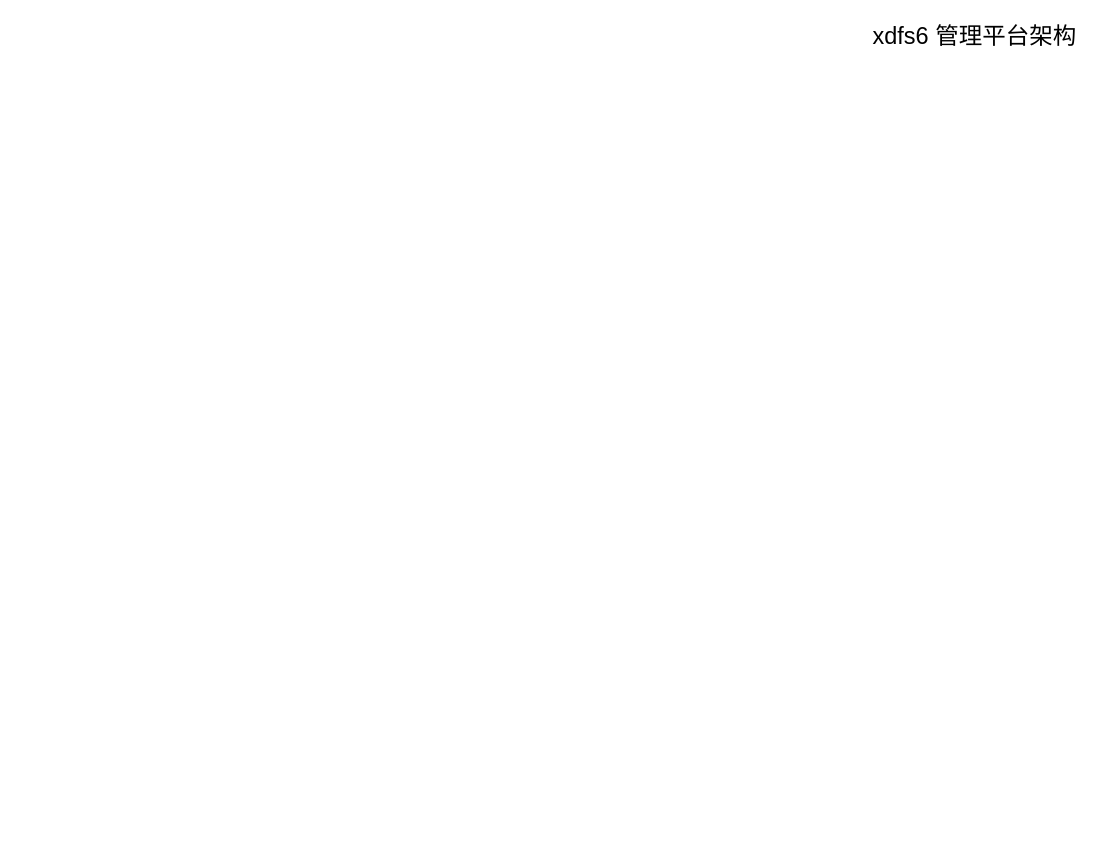
yihezhou/diagrams keeps this draw.io diagram as 未命名绘图.drawio. Above is the earlier version. Source tidied: cells renumbered, new cells numbered last; positions are measured from the earlier drawing's top-left corner, leaving out a move shared by most shapes. Both pictures are drawn from the tidied source at 94%, with x=0, y=0 at pixel (861, 16).
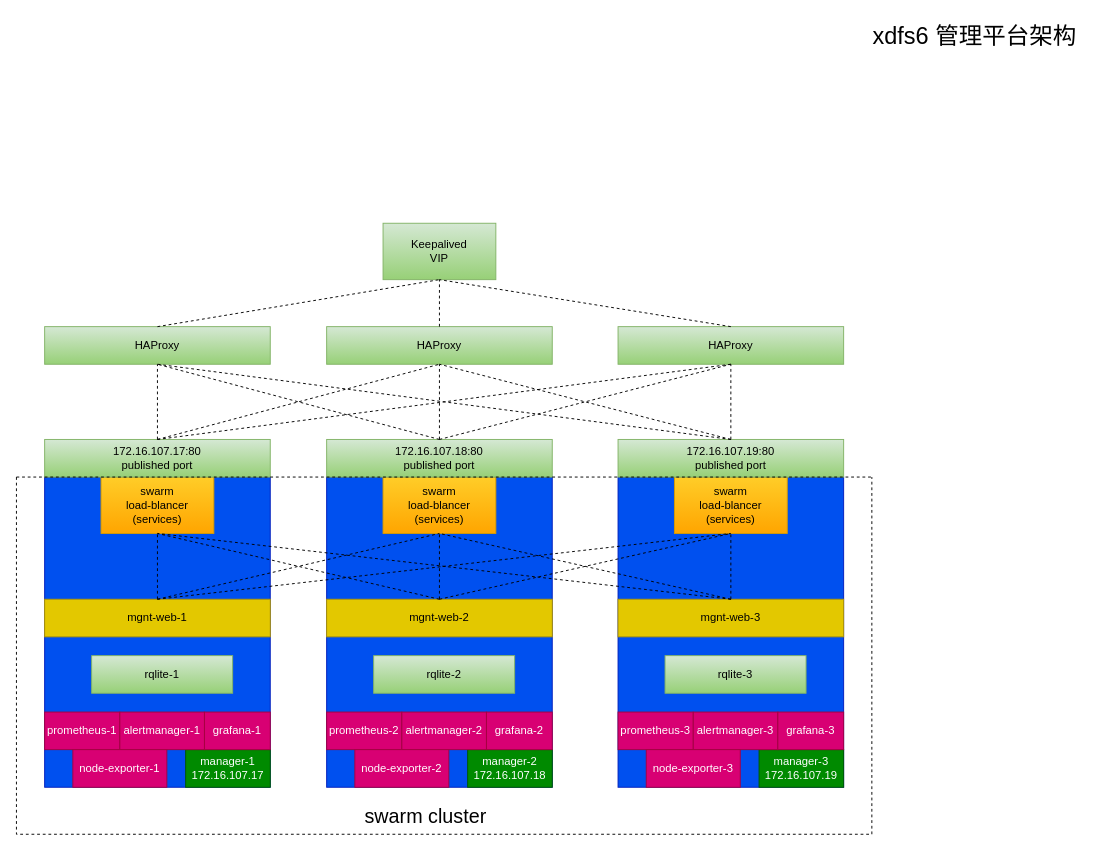
The same page after the edit.

Change to the diagram source:
```diff
@@
+    <mxCell id="3" style="rounded=0;whiteSpace=wrap;html=1;fillColor=#0050ef;fontColor=#ffffff;strokeColor=#001DBC;" parent="1" vertex="1">
+      <mxGeometry x="-869" y="490" width="240" height="330" as="geometry" />
+    </mxCell>
+    <mxCell id="4" value="manager-1&lt;br&gt;172.16.107.17" style="rounded=0;whiteSpace=wrap;html=1;fillColor=#008a00;fontColor=#ffffff;strokeColor=#005700;" parent="1" vertex="1">
+      <mxGeometry x="-719" y="780" width="90" height="40" as="geometry" />
+    </mxCell>
+    <mxCell id="5" value="rqlite-1" style="rounded=0;whiteSpace=wrap;html=1;fillColor=#d5e8d4;strokeColor=#82b366;gradientColor=#97d077;" parent="1" vertex="1">
+      <mxGeometry x="-819" y="680" width="150" height="40" as="geometry" />
+    </mxCell>
+    <mxCell id="6" value="mgnt-web-1" style="rounded=0;whiteSpace=wrap;html=1;fillColor=#e3c800;fontColor=#000000;strokeColor=#B09500;" parent="1" vertex="1">
+      <mxGeometry x="-869" y="620" width="240" height="40" as="geometry" />
+    </mxCell>
+    <mxCell id="7" value="prometheus-1" style="rounded=0;whiteSpace=wrap;html=1;fillColor=#d80073;fontColor=#ffffff;strokeColor=#A50040;" parent="1" vertex="1">
+      <mxGeometry x="-869" y="740" width="80" height="40" as="geometry" />
+    </mxCell>
+    <mxCell id="8" value="alertmanager-1" style="rounded=0;whiteSpace=wrap;html=1;fillColor=#d80073;fontColor=#ffffff;strokeColor=#A50040;" parent="1" vertex="1">
+      <mxGeometry x="-789" y="740" width="90" height="40" as="geometry" />
+    </mxCell>
+    <mxCell id="9" value="grafana-1" style="rounded=0;whiteSpace=wrap;html=1;fillColor=#d80073;fontColor=#ffffff;strokeColor=#A50040;" parent="1" vertex="1">
+      <mxGeometry x="-699" y="740" width="70" height="40" as="geometry" />
+    </mxCell>
+    <mxCell id="10" style="rounded=0;whiteSpace=wrap;html=1;fillColor=#0050ef;fontColor=#ffffff;strokeColor=#001DBC;" parent="1" vertex="1">
+      <mxGeometry x="-569" y="490" width="240" height="330" as="geometry" />
+    </mxCell>
+    <mxCell id="11" value="manager-2&lt;br&gt;172.16.107.18" style="rounded=0;whiteSpace=wrap;html=1;fillColor=#008a00;fontColor=#ffffff;strokeColor=#005700;" parent="1" vertex="1">
+      <mxGeometry x="-419" y="780" width="90" height="40" as="geometry" />
+    </mxCell>
+    <mxCell id="12" value="rqlite-2" style="rounded=0;whiteSpace=wrap;html=1;fillColor=#d5e8d4;strokeColor=#82b366;gradientColor=#97d077;" parent="1" vertex="1">
+      <mxGeometry x="-519" y="680" width="150" height="40" as="geometry" />
+    </mxCell>
+    <mxCell id="13" value="mgnt-web-2" style="rounded=0;whiteSpace=wrap;html=1;fillColor=#e3c800;fontColor=#000000;strokeColor=#B09500;" parent="1" vertex="1">
+      <mxGeometry x="-569" y="620" width="240" height="40" as="geometry" />
+    </mxCell>
+    <mxCell id="14" value="prometheus-2" style="rounded=0;whiteSpace=wrap;html=1;fillColor=#d80073;fontColor=#ffffff;strokeColor=#A50040;" parent="1" vertex="1">
+      <mxGeometry x="-569" y="740" width="80" height="40" as="geometry" />
+    </mxCell>
+    <mxCell id="15" value="alertmanager-2" style="rounded=0;whiteSpace=wrap;html=1;fillColor=#d80073;fontColor=#ffffff;strokeColor=#A50040;" parent="1" vertex="1">
+      <mxGeometry x="-489" y="740" width="90" height="40" as="geometry" />
+    </mxCell>
+    <mxCell id="16" value="grafana-2" style="rounded=0;whiteSpace=wrap;html=1;fillColor=#d80073;fontColor=#ffffff;strokeColor=#A50040;" parent="1" vertex="1">
+      <mxGeometry x="-399" y="740" width="70" height="40" as="geometry" />
+    </mxCell>
+    <mxCell id="17" style="rounded=0;whiteSpace=wrap;html=1;fillColor=#0050ef;fontColor=#ffffff;strokeColor=#001DBC;" parent="1" vertex="1">
+      <mxGeometry x="-259" y="490" width="240" height="330" as="geometry" />
+    </mxCell>
+    <mxCell id="18" value="manager-3&lt;br&gt;172.16.107.19" style="rounded=0;whiteSpace=wrap;html=1;fillColor=#008a00;fontColor=#ffffff;strokeColor=#005700;" parent="1" vertex="1">
+      <mxGeometry x="-109" y="780" width="90" height="40" as="geometry" />
+    </mxCell>
+    <mxCell id="19" value="rqlite-3" style="rounded=0;whiteSpace=wrap;html=1;fillColor=#d5e8d4;strokeColor=#82b366;gradientColor=#97d077;" parent="1" vertex="1">
+      <mxGeometry x="-209" y="680" width="150" height="40" as="geometry" />
+    </mxCell>
+    <mxCell id="20" value="mgnt-web-3" style="rounded=0;whiteSpace=wrap;html=1;fillColor=#e3c800;fontColor=#000000;strokeColor=#B09500;" parent="1" vertex="1">
+      <mxGeometry x="-259" y="620" width="240" height="40" as="geometry" />
+    </mxCell>
+    <mxCell id="21" value="prometheus-3" style="rounded=0;whiteSpace=wrap;html=1;fillColor=#d80073;fontColor=#ffffff;strokeColor=#A50040;" parent="1" vertex="1">
+      <mxGeometry x="-259" y="740" width="80" height="40" as="geometry" />
+    </mxCell>
+    <mxCell id="22" value="alertmanager-3" style="rounded=0;whiteSpace=wrap;html=1;fillColor=#d80073;fontColor=#ffffff;strokeColor=#A50040;" parent="1" vertex="1">
+      <mxGeometry x="-179" y="740" width="90" height="40" as="geometry" />
+    </mxCell>
+    <mxCell id="23" value="grafana-3" style="rounded=0;whiteSpace=wrap;html=1;fillColor=#d80073;fontColor=#ffffff;strokeColor=#A50040;" parent="1" vertex="1">
+      <mxGeometry x="-89" y="740" width="70" height="40" as="geometry" />
+    </mxCell>
+    <mxCell id="24" value="swarm&lt;br&gt;load-blancer&lt;br&gt;(services)" style="rounded=0;whiteSpace=wrap;html=1;fillColor=#ffcd28;gradientColor=#ffa500;strokeColor=#d79b00;" parent="1" vertex="1">
+      <mxGeometry x="-809" y="490" width="120" height="60" as="geometry" />
+    </mxCell>
+    <mxCell id="25" value="swarm&lt;br&gt;load-blancer&lt;br&gt;(services)" style="rounded=0;whiteSpace=wrap;html=1;fillColor=#ffcd28;gradientColor=#ffa500;strokeColor=#d79b00;" parent="1" vertex="1">
+      <mxGeometry x="-509" y="490" width="120" height="60" as="geometry" />
+    </mxCell>
+    <mxCell id="26" value="swarm&lt;br&gt;load-blancer&lt;br&gt;(services)" style="rounded=0;whiteSpace=wrap;html=1;fillColor=#ffcd28;gradientColor=#ffa500;strokeColor=#d79b00;" parent="1" vertex="1">
+      <mxGeometry x="-199" y="490" width="120" height="60" as="geometry" />
+    </mxCell>
+    <mxCell id="27" style="endArrow=none;dashed=1;html=1;rounded=0;exitX=0.5;exitY=0;exitDx=0;exitDy=0;" parent="1" edge="1" source="6">
+      <mxGeometry relative="1" as="geometry">
+        <mxPoint x="-749" y="550" as="targetPoint" />
+      </mxGeometry>
+    </mxCell>
+    <mxCell id="28" style="endArrow=none;dashed=1;html=1;rounded=0;exitX=0.5;exitY=0.394;exitDx=0;exitDy=0;exitPerimeter=0;entryX=0.5;entryY=1;entryDx=0;entryDy=0;" parent="1" edge="1" source="10" target="24">
+      <mxGeometry relative="1" as="geometry" />
+    </mxCell>
+    <mxCell id="29" style="endArrow=none;dashed=1;html=1;rounded=0;exitX=0.5;exitY=0;exitDx=0;exitDy=0;entryX=0.5;entryY=1;entryDx=0;entryDy=0;" parent="1" edge="1" source="20" target="24">
+      <mxGeometry relative="1" as="geometry" />
+    </mxCell>
+    <mxCell id="30" style="endArrow=none;dashed=1;html=1;rounded=0;entryX=0.5;entryY=1;entryDx=0;entryDy=0;" parent="1" edge="1" target="25">
+      <mxGeometry relative="1" as="geometry">
+        <mxPoint x="-749" y="620" as="sourcePoint" />
+      </mxGeometry>
+    </mxCell>
+    <mxCell id="31" style="endArrow=none;dashed=1;html=1;rounded=0;exitX=0.5;exitY=0;exitDx=0;exitDy=0;" parent="1" edge="1" source="13">
+      <mxGeometry relative="1" as="geometry">
+        <mxPoint x="-449" y="550" as="targetPoint" />
+      </mxGeometry>
+    </mxCell>
+    <mxCell id="32" style="endArrow=none;dashed=1;html=1;rounded=0;exitX=0.5;exitY=0;exitDx=0;exitDy=0;" parent="1" edge="1" source="20">
+      <mxGeometry relative="1" as="geometry">
+        <mxPoint x="-449" y="550" as="targetPoint" />
+      </mxGeometry>
+    </mxCell>
+    <mxCell id="33" style="endArrow=none;dashed=1;html=1;rounded=0;entryX=0.5;entryY=1;entryDx=0;entryDy=0;" parent="1" edge="1" target="26">
+      <mxGeometry relative="1" as="geometry">
+        <mxPoint x="-749" y="620" as="sourcePoint" />
+      </mxGeometry>
+    </mxCell>
+    <mxCell id="34" style="endArrow=none;dashed=1;html=1;rounded=0;exitX=0.5;exitY=0;exitDx=0;exitDy=0;" parent="1" edge="1" source="13">
+      <mxGeometry relative="1" as="geometry">
+        <mxPoint x="-139" y="550" as="targetPoint" />
+      </mxGeometry>
+    </mxCell>
+    <mxCell id="35" style="endArrow=none;dashed=1;html=1;rounded=0;" parent="1" edge="1">
+      <mxGeometry relative="1" as="geometry">
+        <mxPoint x="-139" y="620" as="sourcePoint" />
+        <mxPoint x="-139" y="550" as="targetPoint" />
+      </mxGeometry>
+    </mxCell>
+    <mxCell id="36" value="node-exporter-1" style="rounded=0;whiteSpace=wrap;html=1;fillColor=#d80073;fontColor=#ffffff;strokeColor=#A50040;" parent="1" vertex="1">
+      <mxGeometry x="-839" y="780" width="100" height="40" as="geometry" />
+    </mxCell>
+    <mxCell id="37" value="node-exporter-2" style="rounded=0;whiteSpace=wrap;html=1;fillColor=#d80073;fontColor=#ffffff;strokeColor=#A50040;" parent="1" vertex="1">
+      <mxGeometry x="-539" y="780" width="100" height="40" as="geometry" />
+    </mxCell>
+    <mxCell id="38" value="node-exporter-3" style="rounded=0;whiteSpace=wrap;html=1;fillColor=#d80073;fontColor=#ffffff;strokeColor=#A50040;" parent="1" vertex="1">
+      <mxGeometry x="-229" y="780" width="100" height="40" as="geometry" />
+    </mxCell>
+    <mxCell id="39" value="172.16.107.17:80&lt;br&gt;published port" style="rounded=0;whiteSpace=wrap;html=1;fillColor=#d5e8d4;gradientColor=#97d077;strokeColor=#82b366;" parent="1" vertex="1">
+      <mxGeometry x="-869" y="450" width="240" height="40" as="geometry" />
+    </mxCell>
+    <mxCell id="40" value="172.16.107.18:80&lt;br&gt;published port" style="rounded=0;whiteSpace=wrap;html=1;fillColor=#d5e8d4;gradientColor=#97d077;strokeColor=#82b366;" parent="1" vertex="1">
+      <mxGeometry x="-569" y="450" width="240" height="40" as="geometry" />
+    </mxCell>
+    <mxCell id="41" value="172.16.107.19:80&lt;br&gt;published port" style="rounded=0;whiteSpace=wrap;html=1;fillColor=#d5e8d4;gradientColor=#97d077;strokeColor=#82b366;" parent="1" vertex="1">
+      <mxGeometry x="-259" y="450" width="240" height="40" as="geometry" />
+    </mxCell>
+    <mxCell id="42" value="HAProxy" style="rounded=0;whiteSpace=wrap;html=1;fillColor=#d5e8d4;gradientColor=#97d077;strokeColor=#82b366;" parent="1" vertex="1">
+      <mxGeometry x="-869" y="330" width="240" height="40" as="geometry" />
+    </mxCell>
+    <mxCell id="43" value="HAProxy" style="rounded=0;whiteSpace=wrap;html=1;fillColor=#d5e8d4;gradientColor=#97d077;strokeColor=#82b366;" parent="1" vertex="1">
+      <mxGeometry x="-569" y="330" width="240" height="40" as="geometry" />
+    </mxCell>
+    <mxCell id="44" value="HAProxy" style="rounded=0;whiteSpace=wrap;html=1;fillColor=#d5e8d4;gradientColor=#97d077;strokeColor=#82b366;" parent="1" vertex="1">
+      <mxGeometry x="-259" y="330" width="240" height="40" as="geometry" />
+    </mxCell>
+    <mxCell id="45" style="endArrow=none;dashed=1;html=1;rounded=0;entryX=0.5;entryY=1;entryDx=0;entryDy=0;exitX=0.5;exitY=0;exitDx=0;exitDy=0;" parent="1" edge="1" source="39" target="42">
+      <mxGeometry relative="1" as="geometry" />
+    </mxCell>
+    <mxCell id="46" style="endArrow=none;dashed=1;html=1;rounded=0;entryX=0.5;entryY=1;entryDx=0;entryDy=0;exitX=0.5;exitY=0;exitDx=0;exitDy=0;" parent="1" edge="1" source="40" target="42">
+      <mxGeometry relative="1" as="geometry" />
+    </mxCell>
+    <mxCell id="47" style="endArrow=none;dashed=1;html=1;rounded=0;exitX=0.5;exitY=0;exitDx=0;exitDy=0;" parent="1" edge="1" source="41">
+      <mxGeometry relative="1" as="geometry">
+        <mxPoint x="-749" y="370" as="targetPoint" />
+      </mxGeometry>
+    </mxCell>
+    <mxCell id="48" style="endArrow=none;dashed=1;html=1;rounded=0;entryX=0.5;entryY=1;entryDx=0;entryDy=0;exitX=0.5;exitY=0;exitDx=0;exitDy=0;" parent="1" edge="1" source="39" target="43">
+      <mxGeometry relative="1" as="geometry" />
+    </mxCell>
+    <mxCell id="49" style="endArrow=none;dashed=1;html=1;rounded=0;entryX=0.5;entryY=1;entryDx=0;entryDy=0;" parent="1" edge="1" target="43">
+      <mxGeometry relative="1" as="geometry">
+        <mxPoint x="-449" y="450" as="sourcePoint" />
+      </mxGeometry>
+    </mxCell>
+    <mxCell id="50" style="endArrow=none;dashed=1;html=1;rounded=0;exitX=0.5;exitY=0;exitDx=0;exitDy=0;" parent="1" edge="1" source="41">
+      <mxGeometry relative="1" as="geometry">
+        <mxPoint x="-449" y="370" as="targetPoint" />
+      </mxGeometry>
+    </mxCell>
+    <mxCell id="51" style="endArrow=none;dashed=1;html=1;rounded=0;entryX=0.5;entryY=1;entryDx=0;entryDy=0;exitX=0.5;exitY=0;exitDx=0;exitDy=0;" parent="1" edge="1" source="39" target="44">
+      <mxGeometry relative="1" as="geometry" />
+    </mxCell>
+    <mxCell id="52" style="endArrow=none;dashed=1;html=1;rounded=0;entryX=0.5;entryY=1;entryDx=0;entryDy=0;exitX=0.5;exitY=0;exitDx=0;exitDy=0;" parent="1" edge="1" source="40" target="44">
+      <mxGeometry relative="1" as="geometry" />
+    </mxCell>
+    <mxCell id="53" style="endArrow=none;dashed=1;html=1;rounded=0;entryX=0.5;entryY=1;entryDx=0;entryDy=0;exitX=0.5;exitY=0;exitDx=0;exitDy=0;" parent="1" edge="1" source="41" target="44">
+      <mxGeometry relative="1" as="geometry" />
+    </mxCell>
+    <mxCell id="54" value="Keepalived&lt;br&gt;VIP" style="rounded=0;whiteSpace=wrap;html=1;fillColor=#d5e8d4;gradientColor=#97d077;strokeColor=#82b366;" parent="1" vertex="1">
+      <mxGeometry x="-509" y="220" width="120" height="60" as="geometry" />
+    </mxCell>
+    <mxCell id="55" style="endArrow=none;dashed=1;html=1;rounded=0;entryX=0.5;entryY=1;entryDx=0;entryDy=0;exitX=0.5;exitY=0;exitDx=0;exitDy=0;" parent="1" edge="1" source="42" target="54">
+      <mxGeometry relative="1" as="geometry" />
+    </mxCell>
+    <mxCell id="56" style="endArrow=none;dashed=1;html=1;rounded=0;exitX=0.5;exitY=0;exitDx=0;exitDy=0;" parent="1" edge="1" source="43">
+      <mxGeometry relative="1" as="geometry">
+        <mxPoint x="-449" y="280" as="targetPoint" />
+      </mxGeometry>
+    </mxCell>
+    <mxCell id="57" style="endArrow=none;dashed=1;html=1;rounded=0;exitX=0.5;exitY=0;exitDx=0;exitDy=0;" parent="1" edge="1" source="44">
+      <mxGeometry relative="1" as="geometry">
+        <mxPoint x="-449" y="280" as="targetPoint" />
+      </mxGeometry>
+    </mxCell>
+    <mxCell id="58" style="swimlane;startSize=0;dashed=1;" parent="1" vertex="1">
+      <mxGeometry x="-899" y="490" width="910" height="380" as="geometry" />
+    </mxCell>
+    <mxCell id="59" value="swarm cluster" style="text;html=1;align=center;verticalAlign=middle;strokeColor=none;fillColor=none;fontSize=21;" parent="58" vertex="1">
+      <mxGeometry x="360" y="340" width="150" height="40" as="geometry" />
+    </mxCell>
```
